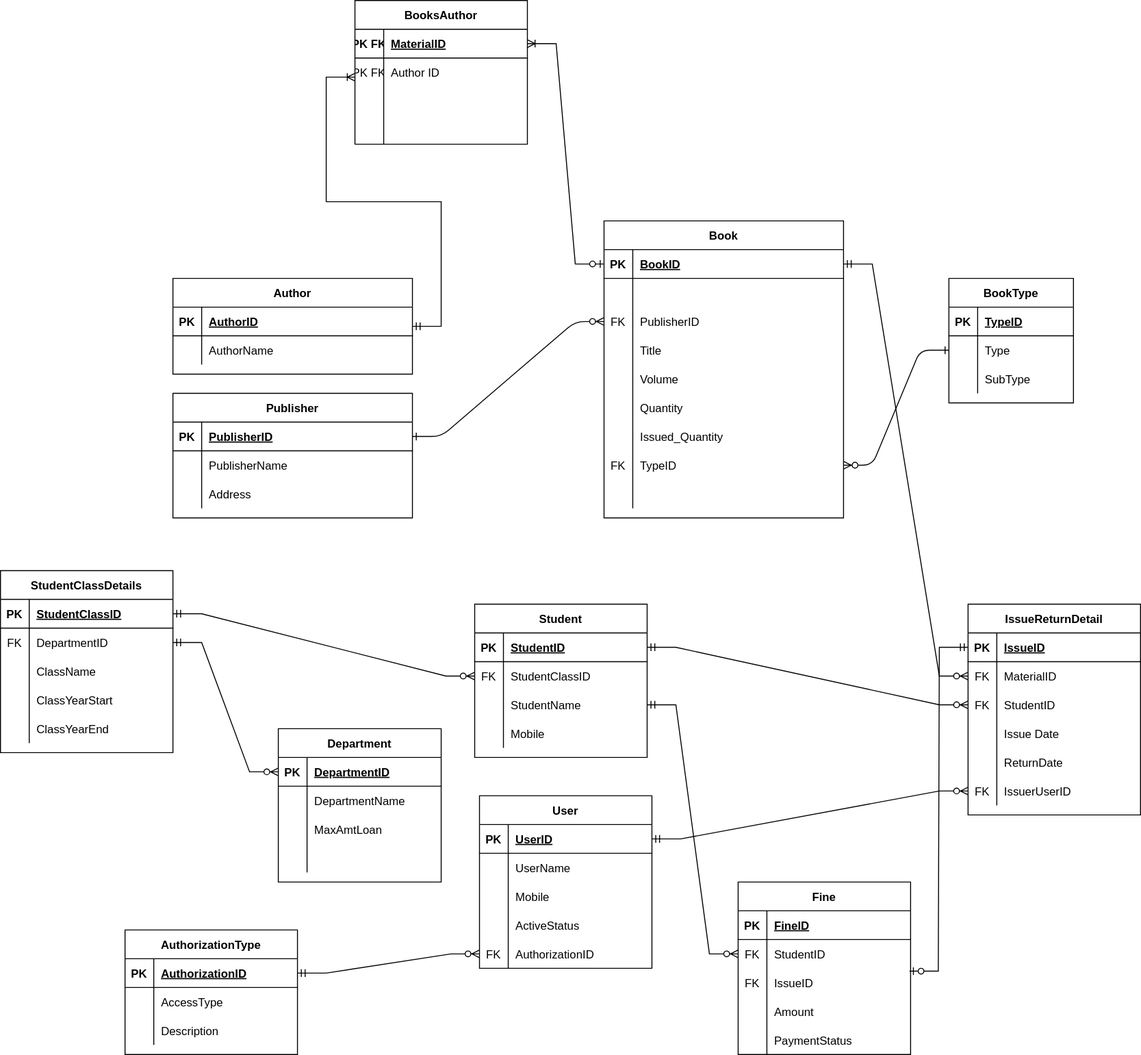
The draw.io diagram PostgreSQL/Library Management System.drawio.svg in Shubham0197/Training, before a commit. Source tidied: cells renumbered, new cells last; positions are measured from the earlier drawing's top-left corner, leaving out a move shared by most shapes.
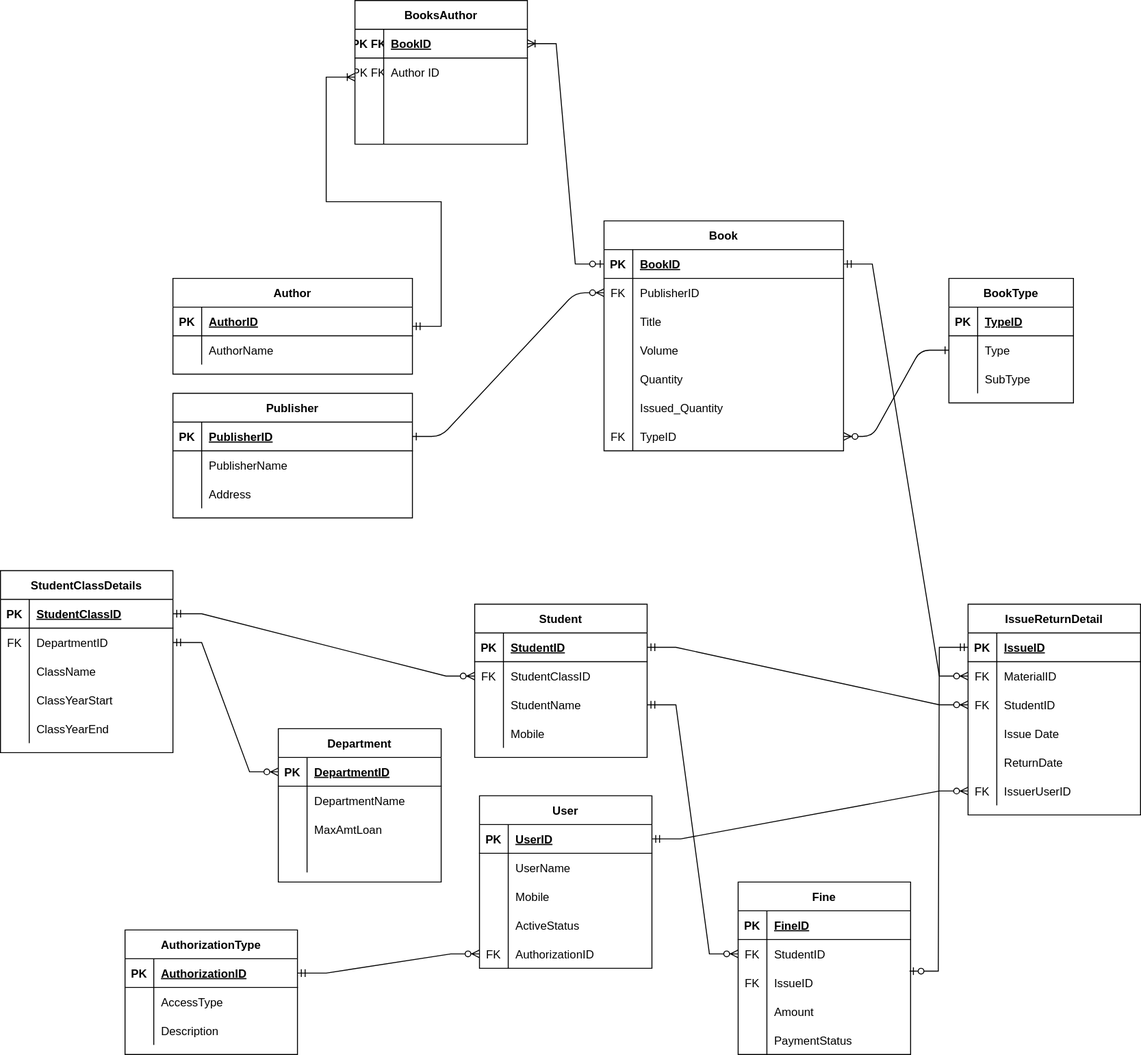
After the commit.

Change to the diagram source:
```diff
@@ -9,7 +9,7 @@
       <mxGeometry relative="1" as="geometry" />
     </mxCell>
     <mxCell id="4" value="Book" style="shape=table;startSize=30;rowLines=0;fontStyle=1;align=center;" parent="1" vertex="1">
-      <mxGeometry x="630" y="230" width="250" height="310" as="geometry" />
+      <mxGeometry x="630" y="230" width="250" height="240" as="geometry" />
     </mxCell>
     <mxCell id="5" style="shape=partialRectangle;fillColor=none;points=[[0,0.5],[1,0.5]];portConstraint=eastwest;top=0;left=0;right=0;bottom=1;" parent="4" vertex="1">
       <mxGeometry y="30" width="250" height="30" as="geometry" />
@@ -20,17 +20,8 @@
     <mxCell id="7" value="BookID" style="shape=partialRectangle;overflow=hidden;fillColor=none;top=0;left=0;bottom=0;right=0;align=left;spacingLeft=6;fontStyle=5;" parent="5" vertex="1">
       <mxGeometry x="30" width="220" height="30" as="geometry" />
     </mxCell>
-    <mxCell id="8" style="shape=partialRectangle;fillColor=none;top=0;left=0;right=0;bottom=0;" parent="4" vertex="1">
-      <mxGeometry y="60" width="250" height="30" as="geometry" />
-    </mxCell>
-    <mxCell id="9" style="shape=partialRectangle;overflow=hidden;fillColor=none;top=0;left=0;bottom=0;right=0;" parent="8" vertex="1">
-      <mxGeometry width="30" height="30" as="geometry" />
-    </mxCell>
-    <mxCell id="10" style="shape=partialRectangle;overflow=hidden;fillColor=none;top=0;left=0;bottom=0;right=0;align=left;spacingLeft=6;" parent="8" vertex="1">
-      <mxGeometry x="30" width="220" height="30" as="geometry" />
-    </mxCell>
     <mxCell id="11" style="shape=partialRectangle;fillColor=none;points=[[0,0.5],[1,0.5]];portConstraint=eastwest;top=0;left=0;right=0;bottom=0;verticalAlign=middle;" parent="4" vertex="1">
-      <mxGeometry y="90" width="250" height="30" as="geometry" />
+      <mxGeometry y="60" width="250" height="30" as="geometry" />
     </mxCell>
     <mxCell id="12" value="FK" style="shape=partialRectangle;overflow=hidden;fillColor=none;top=0;left=0;bottom=0;right=0;" parent="11" vertex="1">
       <mxGeometry width="30" height="30" as="geometry" />
@@ -39,7 +30,7 @@
       <mxGeometry x="30" width="220" height="30" as="geometry" />
     </mxCell>
     <mxCell id="14" style="shape=partialRectangle;fillColor=none;top=0;left=0;right=0;bottom=0;verticalAlign=middle;" parent="4" vertex="1">
-      <mxGeometry y="120" width="250" height="30" as="geometry" />
+      <mxGeometry y="90" width="250" height="30" as="geometry" />
     </mxCell>
     <mxCell id="15" style="shape=partialRectangle;overflow=hidden;fillColor=none;top=0;left=0;bottom=0;right=0;" parent="14" vertex="1">
       <mxGeometry width="30" height="30" as="geometry" />
@@ -48,7 +39,7 @@
       <mxGeometry x="30" width="220" height="30" as="geometry" />
     </mxCell>
     <mxCell id="17" style="shape=partialRectangle;fillColor=none;top=0;left=0;right=0;bottom=0;verticalAlign=middle;" parent="4" vertex="1">
-      <mxGeometry y="150" width="250" height="30" as="geometry" />
+      <mxGeometry y="120" width="250" height="30" as="geometry" />
     </mxCell>
     <mxCell id="18" style="shape=partialRectangle;overflow=hidden;fillColor=none;top=0;left=0;bottom=0;right=0;" parent="17" vertex="1">
       <mxGeometry width="30" height="30" as="geometry" />
@@ -57,7 +48,7 @@
       <mxGeometry x="30" width="220" height="30" as="geometry" />
     </mxCell>
     <mxCell id="20" style="shape=partialRectangle;fillColor=none;top=0;left=0;right=0;bottom=0;verticalAlign=middle;" parent="4" vertex="1">
-      <mxGeometry y="180" width="250" height="30" as="geometry" />
+      <mxGeometry y="150" width="250" height="30" as="geometry" />
     </mxCell>
     <mxCell id="21" style="shape=partialRectangle;overflow=hidden;fillColor=none;top=0;left=0;bottom=0;right=0;" parent="20" vertex="1">
       <mxGeometry width="30" height="30" as="geometry" />
@@ -66,7 +57,7 @@
       <mxGeometry x="30" width="220" height="30" as="geometry" />
     </mxCell>
     <mxCell id="23" style="shape=partialRectangle;fillColor=none;top=0;left=0;right=0;bottom=0;verticalAlign=middle;" parent="4" vertex="1">
-      <mxGeometry y="210" width="250" height="30" as="geometry" />
+      <mxGeometry y="180" width="250" height="30" as="geometry" />
     </mxCell>
     <mxCell id="24" style="shape=partialRectangle;overflow=hidden;fillColor=none;top=0;left=0;bottom=0;right=0;" parent="23" vertex="1">
       <mxGeometry width="30" height="30" as="geometry" />
@@ -75,7 +66,7 @@
       <mxGeometry x="30" width="220" height="30" as="geometry" />
     </mxCell>
     <mxCell id="26" style="shape=partialRectangle;fillColor=none;points=[[0,0.5],[1,0.5]];portConstraint=eastwest;top=0;left=0;right=0;bottom=0;verticalAlign=middle;" parent="4" vertex="1">
-      <mxGeometry y="240" width="250" height="30" as="geometry" />
+      <mxGeometry y="210" width="250" height="30" as="geometry" />
     </mxCell>
     <mxCell id="27" value="FK" style="shape=partialRectangle;overflow=hidden;fillColor=none;top=0;left=0;bottom=0;right=0;" parent="26" vertex="1">
       <mxGeometry width="30" height="30" as="geometry" />
@@ -83,15 +74,6 @@
     <mxCell id="28" value="TypeID" style="shape=partialRectangle;overflow=hidden;fillColor=none;top=0;left=0;bottom=0;right=0;align=left;spacingLeft=6;verticalAlign=middle;" parent="26" vertex="1">
       <mxGeometry x="30" width="220" height="30" as="geometry" />
     </mxCell>
-    <mxCell id="29" style="shape=partialRectangle;fillColor=none;top=0;left=0;right=0;bottom=0;verticalAlign=middle;" parent="4" vertex="1">
-      <mxGeometry y="270" width="250" height="30" as="geometry" />
-    </mxCell>
-    <mxCell id="30" style="shape=partialRectangle;overflow=hidden;fillColor=none;top=0;left=0;bottom=0;right=0;" parent="29" vertex="1">
-      <mxGeometry width="30" height="30" as="geometry" />
-    </mxCell>
-    <mxCell id="31" style="shape=partialRectangle;overflow=hidden;fillColor=none;top=0;left=0;bottom=0;right=0;align=left;spacingLeft=6;verticalAlign=middle;" parent="29" vertex="1">
-      <mxGeometry x="30" width="220" height="30" as="geometry" />
-    </mxCell>
     <mxCell id="32" value="Publisher" style="shape=table;startSize=30;rowLines=0;fontStyle=1;align=center;" parent="1" vertex="1">
       <mxGeometry x="180" y="410" width="250" height="130" as="geometry" />
     </mxCell>
@@ -407,7 +389,7 @@
     <mxCell id="136" value="PK FK" style="shape=partialRectangle;fillColor=none;top=0;left=0;bottom=0;right=0;fontStyle=1;overflow=hidden;" parent="135" vertex="1">
       <mxGeometry width="30" height="30" as="geometry" />
     </mxCell>
-    <mxCell id="137" value="MaterialID" style="shape=partialRectangle;fillColor=none;top=0;left=0;bottom=0;right=0;align=left;spacingLeft=6;fontStyle=5;overflow=hidden;" parent="135" vertex="1">
+    <mxCell id="137" value="BookID" style="shape=partialRectangle;fillColor=none;top=0;left=0;bottom=0;right=0;align=left;spacingLeft=6;fontStyle=5;overflow=hidden;" parent="135" vertex="1">
       <mxGeometry x="30" width="150" height="30" as="geometry" />
     </mxCell>
     <mxCell id="138" style="shape=tableRow;horizontal=0;startSize=0;swimlaneHead=0;swimlaneBody=0;fillColor=none;top=0;left=0;right=0;bottom=0;" parent="134" vertex="1">
```
